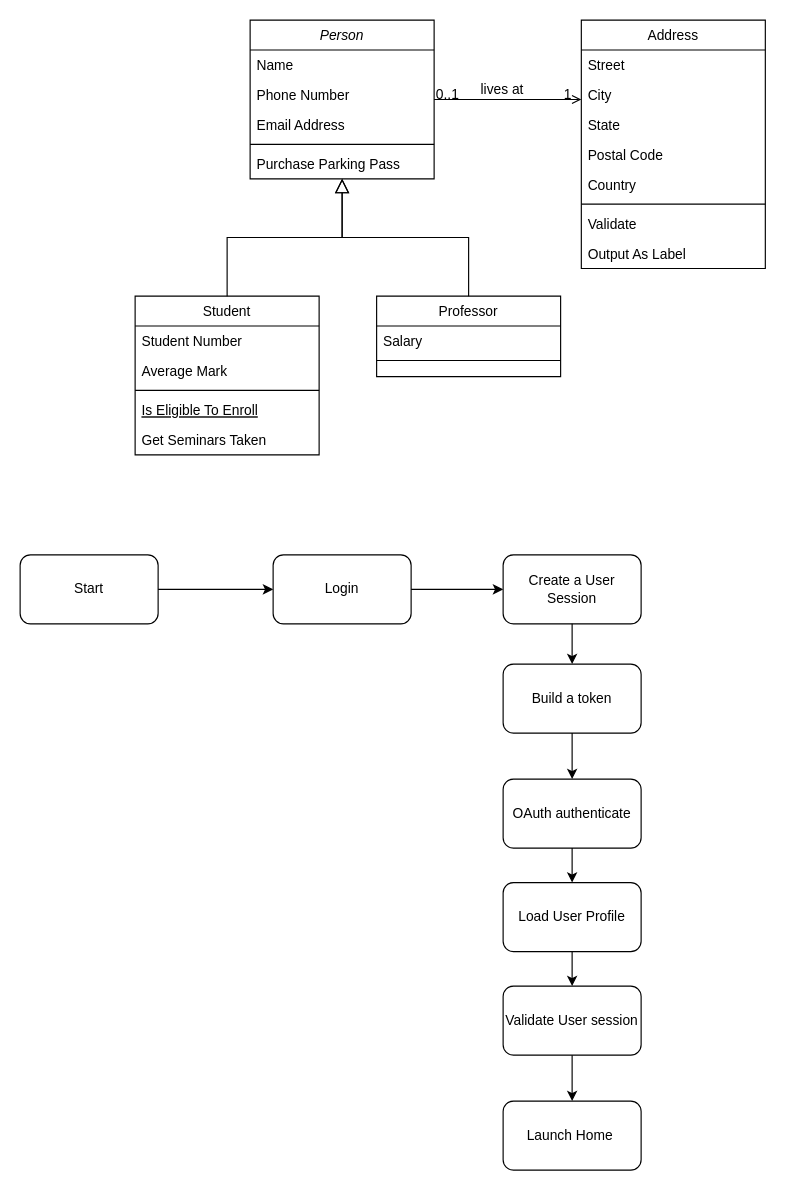
This is AeroBankApp/LoginDiagram.drawio from AKing982/AeroBankApp, a draw.io file, before an edit. Source tidied: cells renumbered, new cells numbered last; positions are measured from the earlier drawing's top-left corner, leaving out a move shared by most shapes. Both pictures are drawn from the tidied source at 115%, with x=0, y=0 at pixel (20, 20).
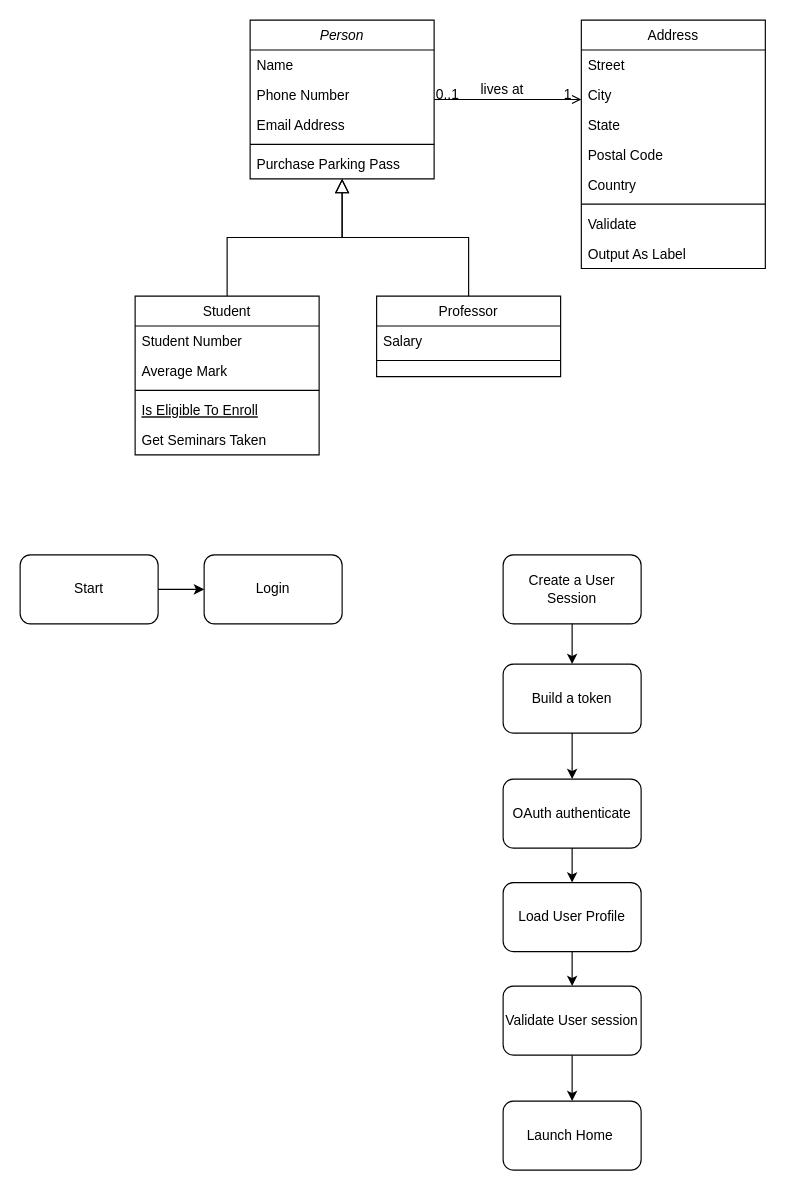
After the change.

Unchanged cells that the change refers to:
```xml
<mxCell id="32" value="Start" style="rounded=1;whiteSpace=wrap;html=1;" parent="1" vertex="1">
  <mxGeometry y="465" width="120" height="60" as="geometry" />
</mxCell>
```

What changed in the source:
```diff
@@
     <mxCell id="33" style="endArrow=classic;html=1;rounded=0;exitX=1;exitY=0.5;exitDx=0;exitDy=0;" parent="1" edge="1" source="32">
       <mxGeometry relative="1" as="geometry">
-        <mxPoint x="220" y="495" as="targetPoint" />
+        <mxPoint x="160" y="495" as="targetPoint" />
       </mxGeometry>
     </mxCell>
     <mxCell id="34" value="Login" style="rounded=1;whiteSpace=wrap;html=1;" parent="1" vertex="1">
-      <mxGeometry x="220" y="465" width="120" height="60" as="geometry" />
+      <mxGeometry x="160" y="465" width="120" height="60" as="geometry" />
     </mxCell>
-    <mxCell id="35" style="endArrow=classic;html=1;rounded=0;exitX=1;exitY=0.5;exitDx=0;exitDy=0;" parent="1" edge="1" source="34">
-      <mxGeometry relative="1" as="geometry">
-        <mxPoint x="420" y="495" as="targetPoint" />
-      </mxGeometry>
-    </mxCell>
```
